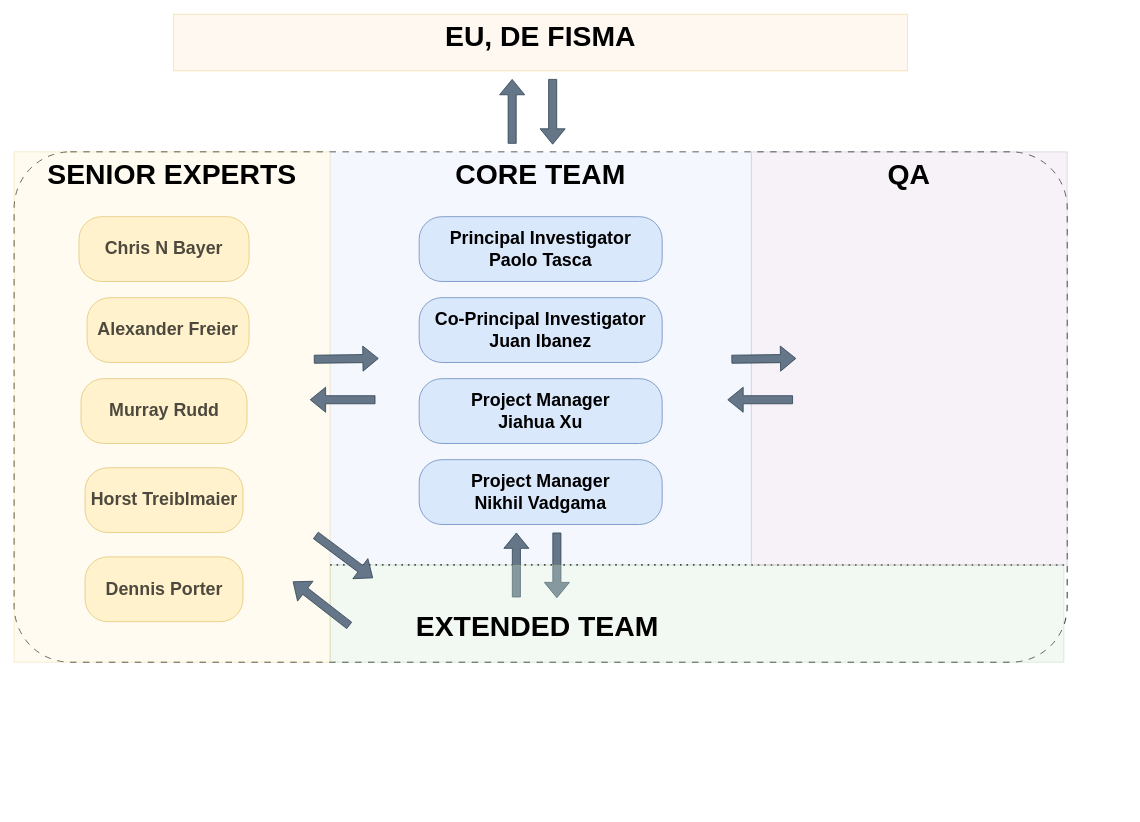
The draw.io diagram page "Page-8" (7 of 8) of assets/Untitled Diagram.drawio in xujiahuayz/crypto-wallets, before the edit. Source tidied: cells renumbered, new cells numbered last; positions are measured from the earlier drawing's top-left corner, leaving out a move shared by most shapes. Both pictures are drawn from the tidied source at 81%, with x=0, y=0 at pixel (14, 14).
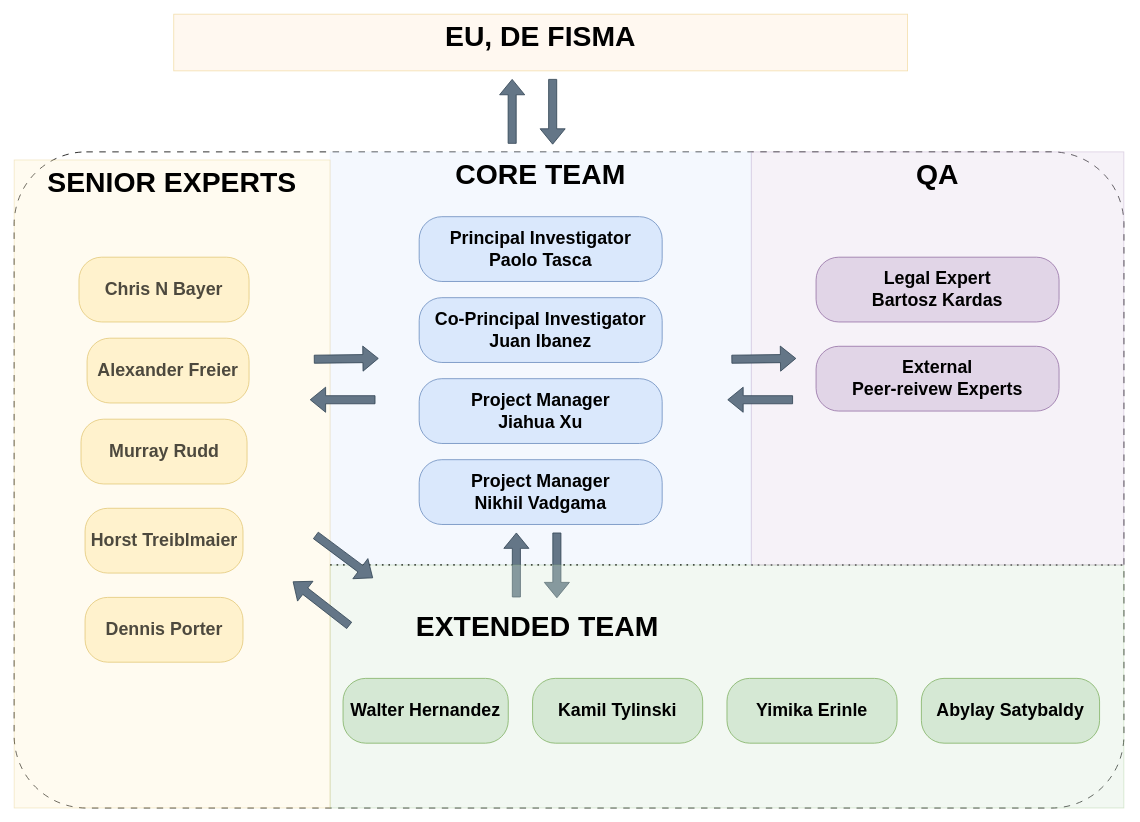
Above is the later version.

Diff of the diagram source:
```diff
@@
     <mxCell id="2" style="rounded=1;whiteSpace=wrap;html=1;dashed=1;dashPattern=8 8;arcSize=11;" parent="1" vertex="1">
-      <mxGeometry y="170" width="1300" height="630" as="geometry" />
+      <mxGeometry y="170" width="1370" height="810" as="geometry" />
     </mxCell>
@@
     <mxCell id="7" value="&lt;font style=&quot;font-size: 22px;&quot;&gt;&lt;b&gt;Horst Treiblmaier&lt;/b&gt;&lt;/font&gt;&lt;span style=&quot;font-size: 20px;&quot;&gt;&lt;br&gt;&lt;/span&gt;" style="rounded=1;whiteSpace=wrap;html=1;arcSize=35;fillColor=#fff2cc;strokeColor=#d6b656;" parent="1" vertex="1">
-      <mxGeometry x="87.5" y="560" width="195" height="80" as="geometry" />
+      <mxGeometry x="87.5" y="610" width="195" height="80" as="geometry" />
     </mxCell>
     <mxCell id="8" value="&lt;span style=&quot;font-size: 22px;&quot;&gt;&lt;b&gt;Dennis Porter&lt;/b&gt;&lt;br&gt;&lt;/span&gt;" style="rounded=1;whiteSpace=wrap;html=1;arcSize=35;fillColor=#fff2cc;strokeColor=#d6b656;" parent="1" vertex="1">
-      <mxGeometry x="87.5" y="670" width="195" height="80" as="geometry" />
+      <mxGeometry x="87.5" y="720" width="195" height="80" as="geometry" />
     </mxCell>
     <mxCell id="9" value="&lt;b style=&quot;font-size: 22px;&quot;&gt;&lt;span style=&quot;&quot;&gt;Chris N Bayer&lt;/span&gt;&lt;/b&gt;" style="rounded=1;whiteSpace=wrap;html=1;arcSize=35;fillColor=#fff2cc;strokeColor=#d6b656;" parent="1" vertex="1">
-      <mxGeometry x="80" y="250" width="210" height="80" as="geometry" />
+      <mxGeometry x="80" y="300" width="210" height="80" as="geometry" />
     </mxCell>
     <mxCell id="10" value="&lt;span style=&quot;font-size: 22px;&quot;&gt;&lt;b&gt;Murray Rudd&lt;/b&gt;&lt;br&gt;&lt;/span&gt;" style="rounded=1;whiteSpace=wrap;html=1;arcSize=35;fillColor=#fff2cc;strokeColor=#d6b656;" parent="1" vertex="1">
-      <mxGeometry x="82.5" y="450" width="205" height="80" as="geometry" />
+      <mxGeometry x="82.5" y="500" width="205" height="80" as="geometry" />
     </mxCell>
     <mxCell id="11" value="&lt;span style=&quot;font-size: 22px;&quot;&gt;&lt;b&gt;Alexander Freier&lt;/b&gt;&lt;br&gt;&lt;/span&gt;" style="rounded=1;whiteSpace=wrap;html=1;arcSize=35;fillColor=#fff2cc;strokeColor=#d6b656;labelBackgroundColor=none;" parent="1" vertex="1">
-      <mxGeometry x="90" y="350" width="200" height="80" as="geometry" />
+      <mxGeometry x="90" y="400" width="200" height="80" as="geometry" />
     </mxCell>
@@
     <mxCell id="16" value="&lt;font style=&quot;font-size: 35px;&quot;&gt;&lt;br&gt;&lt;br&gt;&lt;/font&gt;" style="rounded=0;whiteSpace=wrap;html=1;arcSize=35;fillColor=#d5e8d4;strokeColor=#82b366;verticalAlign=top;opacity=30;fontStyle=1;strokeWidth=1;fontSize=28;" parent="1" vertex="1">
-      <mxGeometry x="390" y="680" width="906" height="120" as="geometry" />
+      <mxGeometry x="390" y="680" width="980" height="300" as="geometry" />
     </mxCell>
@@
     <mxCell id="19" value="&lt;font style=&quot;font-size: 35px;&quot;&gt;SENIOR EXPERTS&lt;/font&gt;" style="rounded=0;whiteSpace=wrap;html=1;arcSize=35;fillColor=#fff2cc;strokeColor=#d6b656;verticalAlign=top;opacity=30;fontStyle=1;strokeWidth=1;fontSize=28;" parent="1" vertex="1">
-      <mxGeometry y="170" width="390" height="630" as="geometry" />
+      <mxGeometry y="180" width="390" height="800" as="geometry" />
     </mxCell>
     <mxCell id="20" value="&lt;font style=&quot;font-size: 35px;&quot;&gt;QA&lt;/font&gt;" style="rounded=0;whiteSpace=wrap;html=1;arcSize=35;fillColor=#e1d5e7;strokeColor=#9673a6;verticalAlign=top;opacity=30;fontStyle=1;strokeWidth=1;fontSize=28;" parent="1" vertex="1">
-      <mxGeometry x="910" y="170" width="390" height="510" as="geometry" />
+      <mxGeometry x="910" y="170" width="460" height="510" as="geometry" />
     </mxCell>
@@
+    <mxCell id="35" value="&lt;font style=&quot;font-size: 22px;&quot;&gt;&lt;b&gt;External &lt;br&gt;Peer-reivew Experts&lt;/b&gt;&lt;/font&gt;" style="rounded=1;whiteSpace=wrap;html=1;arcSize=35;fillColor=#e1d5e7;strokeColor=#9673a6;labelBackgroundColor=none;" parent="1" vertex="1">
+      <mxGeometry x="990" y="410" width="300" height="80" as="geometry" />
+    </mxCell>
+    <mxCell id="36" value="&lt;b style=&quot;border-color: var(--border-color); font-size: 22px;&quot;&gt;Legal Expert&lt;br style=&quot;border-color: var(--border-color);&quot;&gt;Bartosz Kardas&lt;/b&gt;" style="rounded=1;whiteSpace=wrap;html=1;arcSize=35;fillColor=#e1d5e7;strokeColor=#9673a6;labelBackgroundColor=none;" parent="1" vertex="1">
+      <mxGeometry x="990" y="300" width="300" height="80" as="geometry" />
+    </mxCell>
+    <mxCell id="37" value="&lt;font style=&quot;font-size: 22px;&quot;&gt;&lt;b&gt;&lt;font style=&quot;font-size: 22px;&quot;&gt;Walter&amp;nbsp;&lt;/font&gt;Hernandez&lt;/b&gt;&lt;/font&gt;" style="rounded=1;whiteSpace=wrap;html=1;arcSize=35;fillColor=#d5e8d4;strokeColor=#82b366;" parent="1" vertex="1">
+      <mxGeometry x="406" y="820" width="204" height="80" as="geometry" />
+    </mxCell>
+    <mxCell id="38" value="&lt;font size=&quot;1&quot;&gt;&lt;b style=&quot;font-size: 22px;&quot;&gt;Kamil Tylinski&lt;/b&gt;&lt;/font&gt;" style="rounded=1;whiteSpace=wrap;html=1;arcSize=35;fillColor=#d5e8d4;strokeColor=#82b366;labelBackgroundColor=none;" parent="1" vertex="1">
+      <mxGeometry x="640" y="820" width="210" height="80" as="geometry" />
+    </mxCell>
+    <mxCell id="39" value="&lt;font size=&quot;1&quot;&gt;&lt;b style=&quot;font-size: 22px;&quot;&gt;Abylay Satybaldy&lt;/b&gt;&lt;/font&gt;" style="rounded=1;whiteSpace=wrap;html=1;arcSize=35;fillColor=#d5e8d4;strokeColor=#82b366;labelBackgroundColor=none;" parent="1" vertex="1">
+      <mxGeometry x="1120" y="820" width="220" height="80" as="geometry" />
+    </mxCell>
+    <mxCell id="40" value="&lt;font&gt;&lt;b&gt;&lt;font style=&quot;font-size: 22px;&quot;&gt;Yimika Erinle&lt;/font&gt;&lt;/b&gt;&lt;br&gt;&lt;/font&gt;" style="rounded=1;whiteSpace=wrap;html=1;arcSize=35;fillColor=#d5e8d4;strokeColor=#82b366;labelBackgroundColor=none;" parent="1" vertex="1">
+      <mxGeometry x="880" y="820" width="210" height="80" as="geometry" />
+    </mxCell>
```
